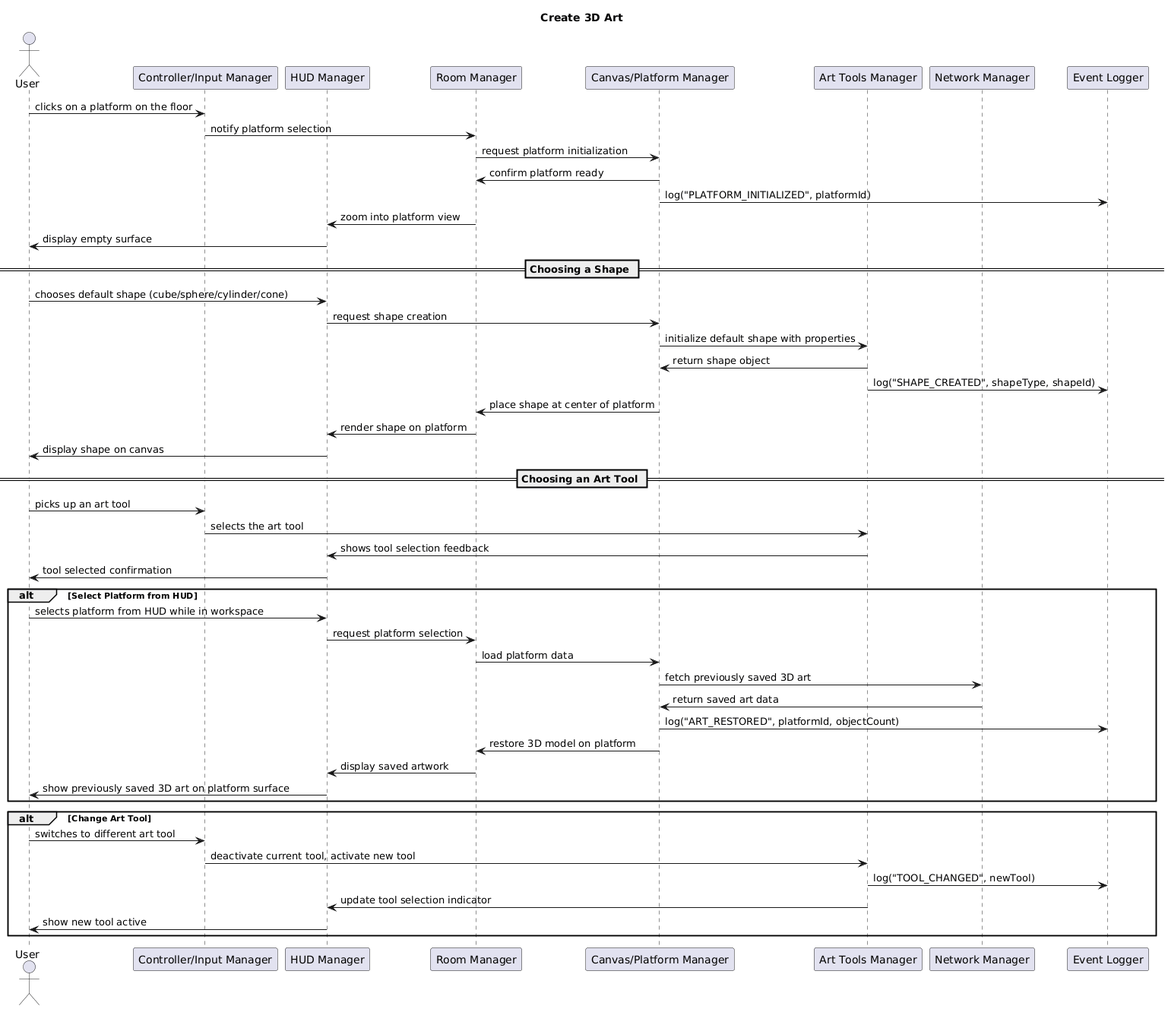
batunii/Project_X keeps this PlantUML diagram as uml/sequence diagrams/create-3d-art/image.png. Above is the earlier version.
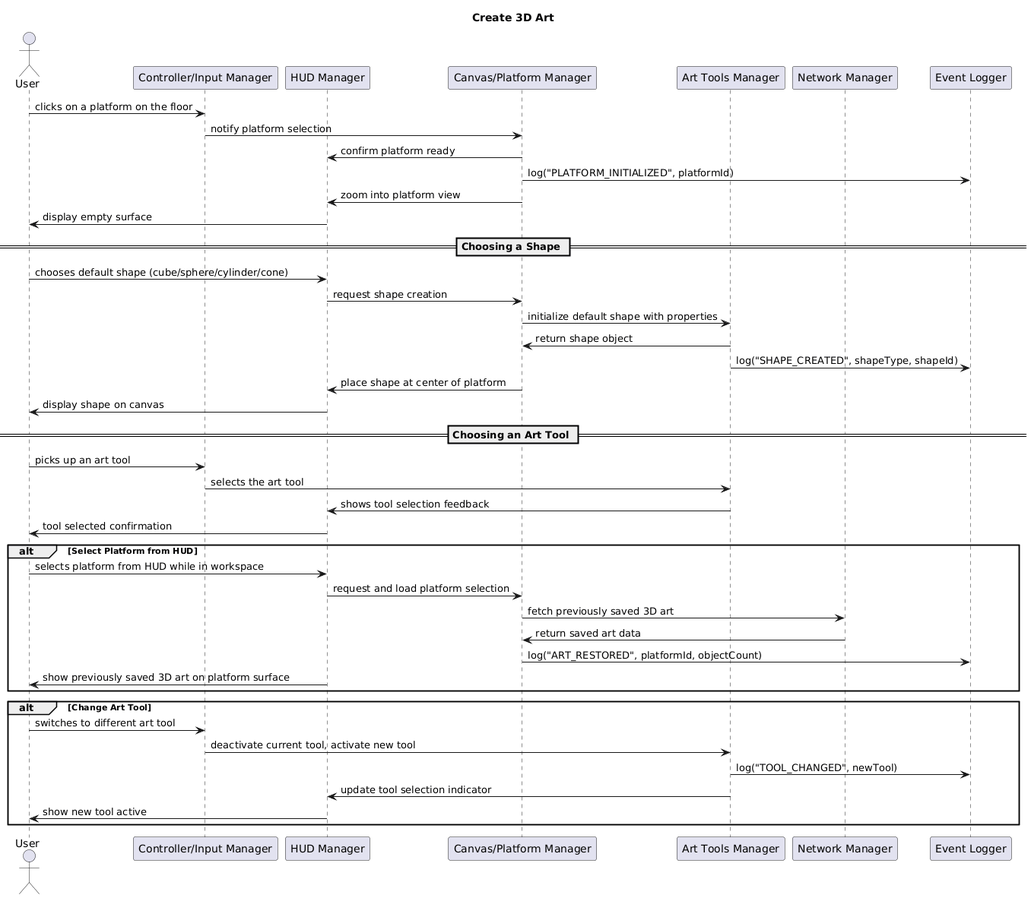
Later version of the same file.

Commit message:
changed create 3d art use case to remove room amanager dependencies

What changed in the source:
```diff
@@ -2,7 +2,6 @@
 actor User
 participant "Controller/Input Manager" as Input
 participant "HUD Manager" as HUD
-participant "Room Manager" as Room
 participant "Canvas/Platform Manager" as Canvas
 participant "Art Tools Manager" as Tools
 participant "Network Manager" as Network
@@ -10,11 +9,10 @@
 
 title Create 3D Art
 User -> Input: clicks on a platform on the floor
-Input -> Room: notify platform selection
-Room -> Canvas: request platform initialization
-Canvas -> Room: confirm platform ready
+Input -> Canvas: notify platform selection
+Canvas -> HUD: confirm platform ready
 Canvas -> Logger: log("PLATFORM_INITIALIZED", platformId)
-Room -> HUD: zoom into platform view
+Canvas -> HUD: zoom into platform view
 HUD -> User: display empty surface
 
 == Choosing a Shape ==
@@ -23,8 +21,7 @@
 Canvas -> Tools: initialize default shape with properties
 Tools -> Canvas: return shape object
 Tools -> Logger: log("SHAPE_CREATED", shapeType, shapeId)
-Canvas -> Room: place shape at center of platform
-Room -> HUD: render shape on platform
+Canvas -> HUD: place shape at center of platform
 HUD -> User: display shape on canvas
 
 == Choosing an Art Tool ==
@@ -35,13 +32,10 @@
 
 alt Select Platform from HUD
     User -> HUD: selects platform from HUD while in workspace
-    HUD -> Room: request platform selection
-    Room -> Canvas: load platform data
+    HUD -> Canvas: request and load platform selection
     Canvas -> Network: fetch previously saved 3D art
     Network -> Canvas: return saved art data
     Canvas -> Logger: log("ART_RESTORED", platformId, objectCount)
-    Canvas -> Room: restore 3D model on platform
-    Room -> HUD: display saved artwork
     HUD -> User: show previously saved 3D art on platform surface
 end
 
```
